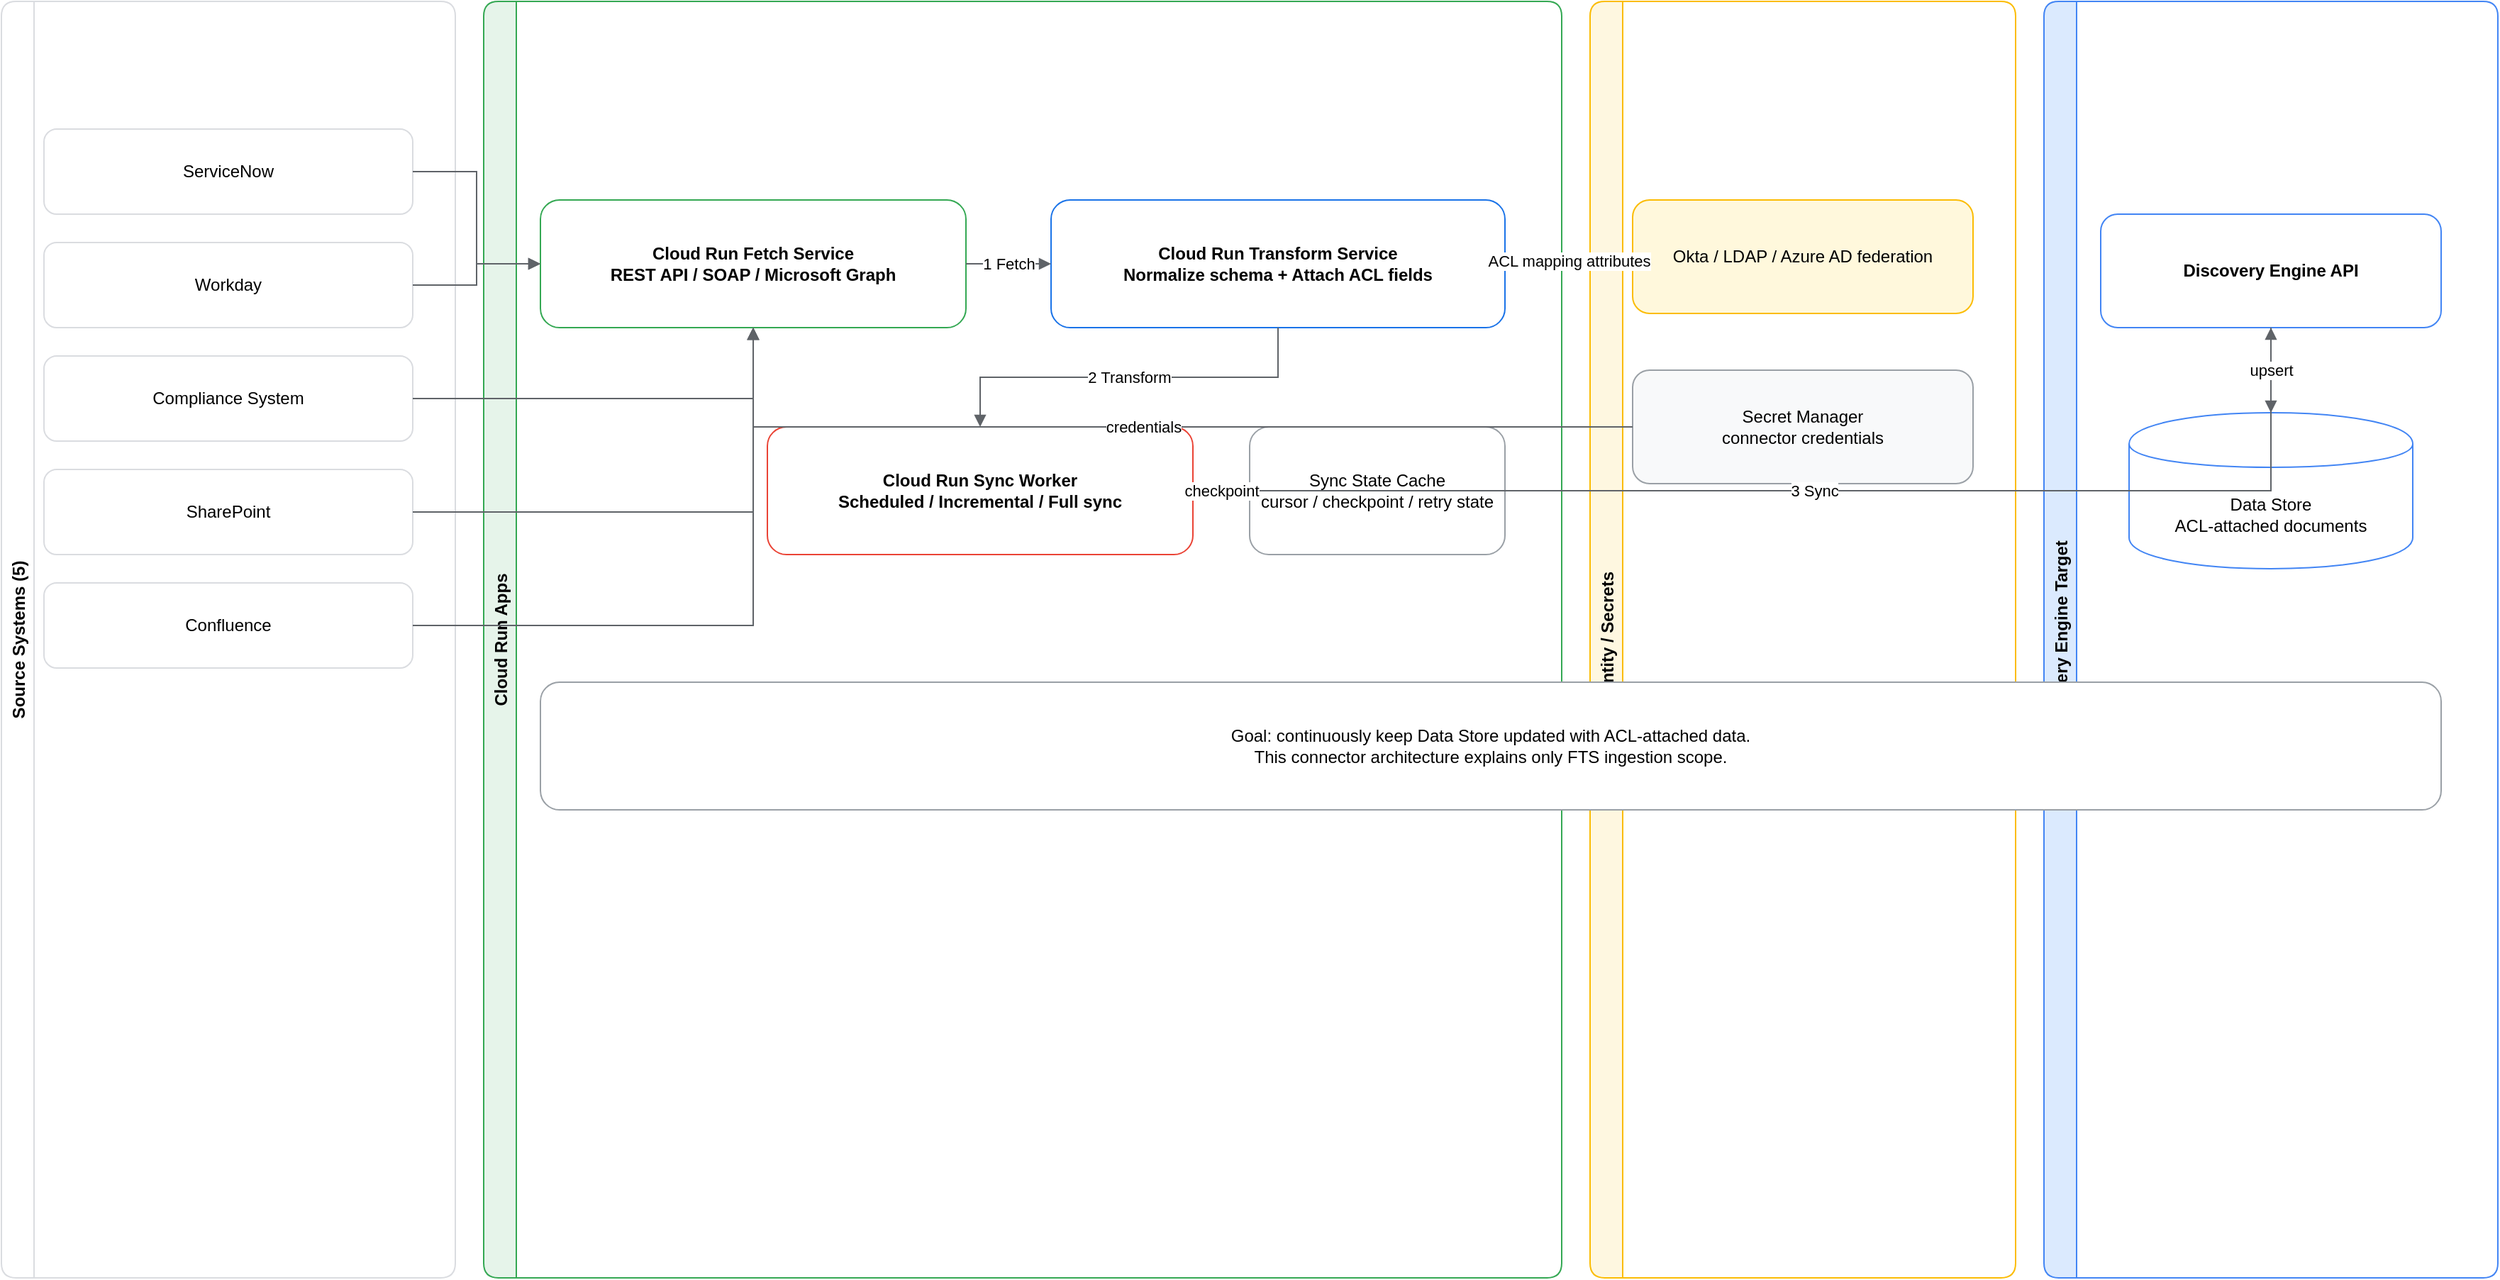
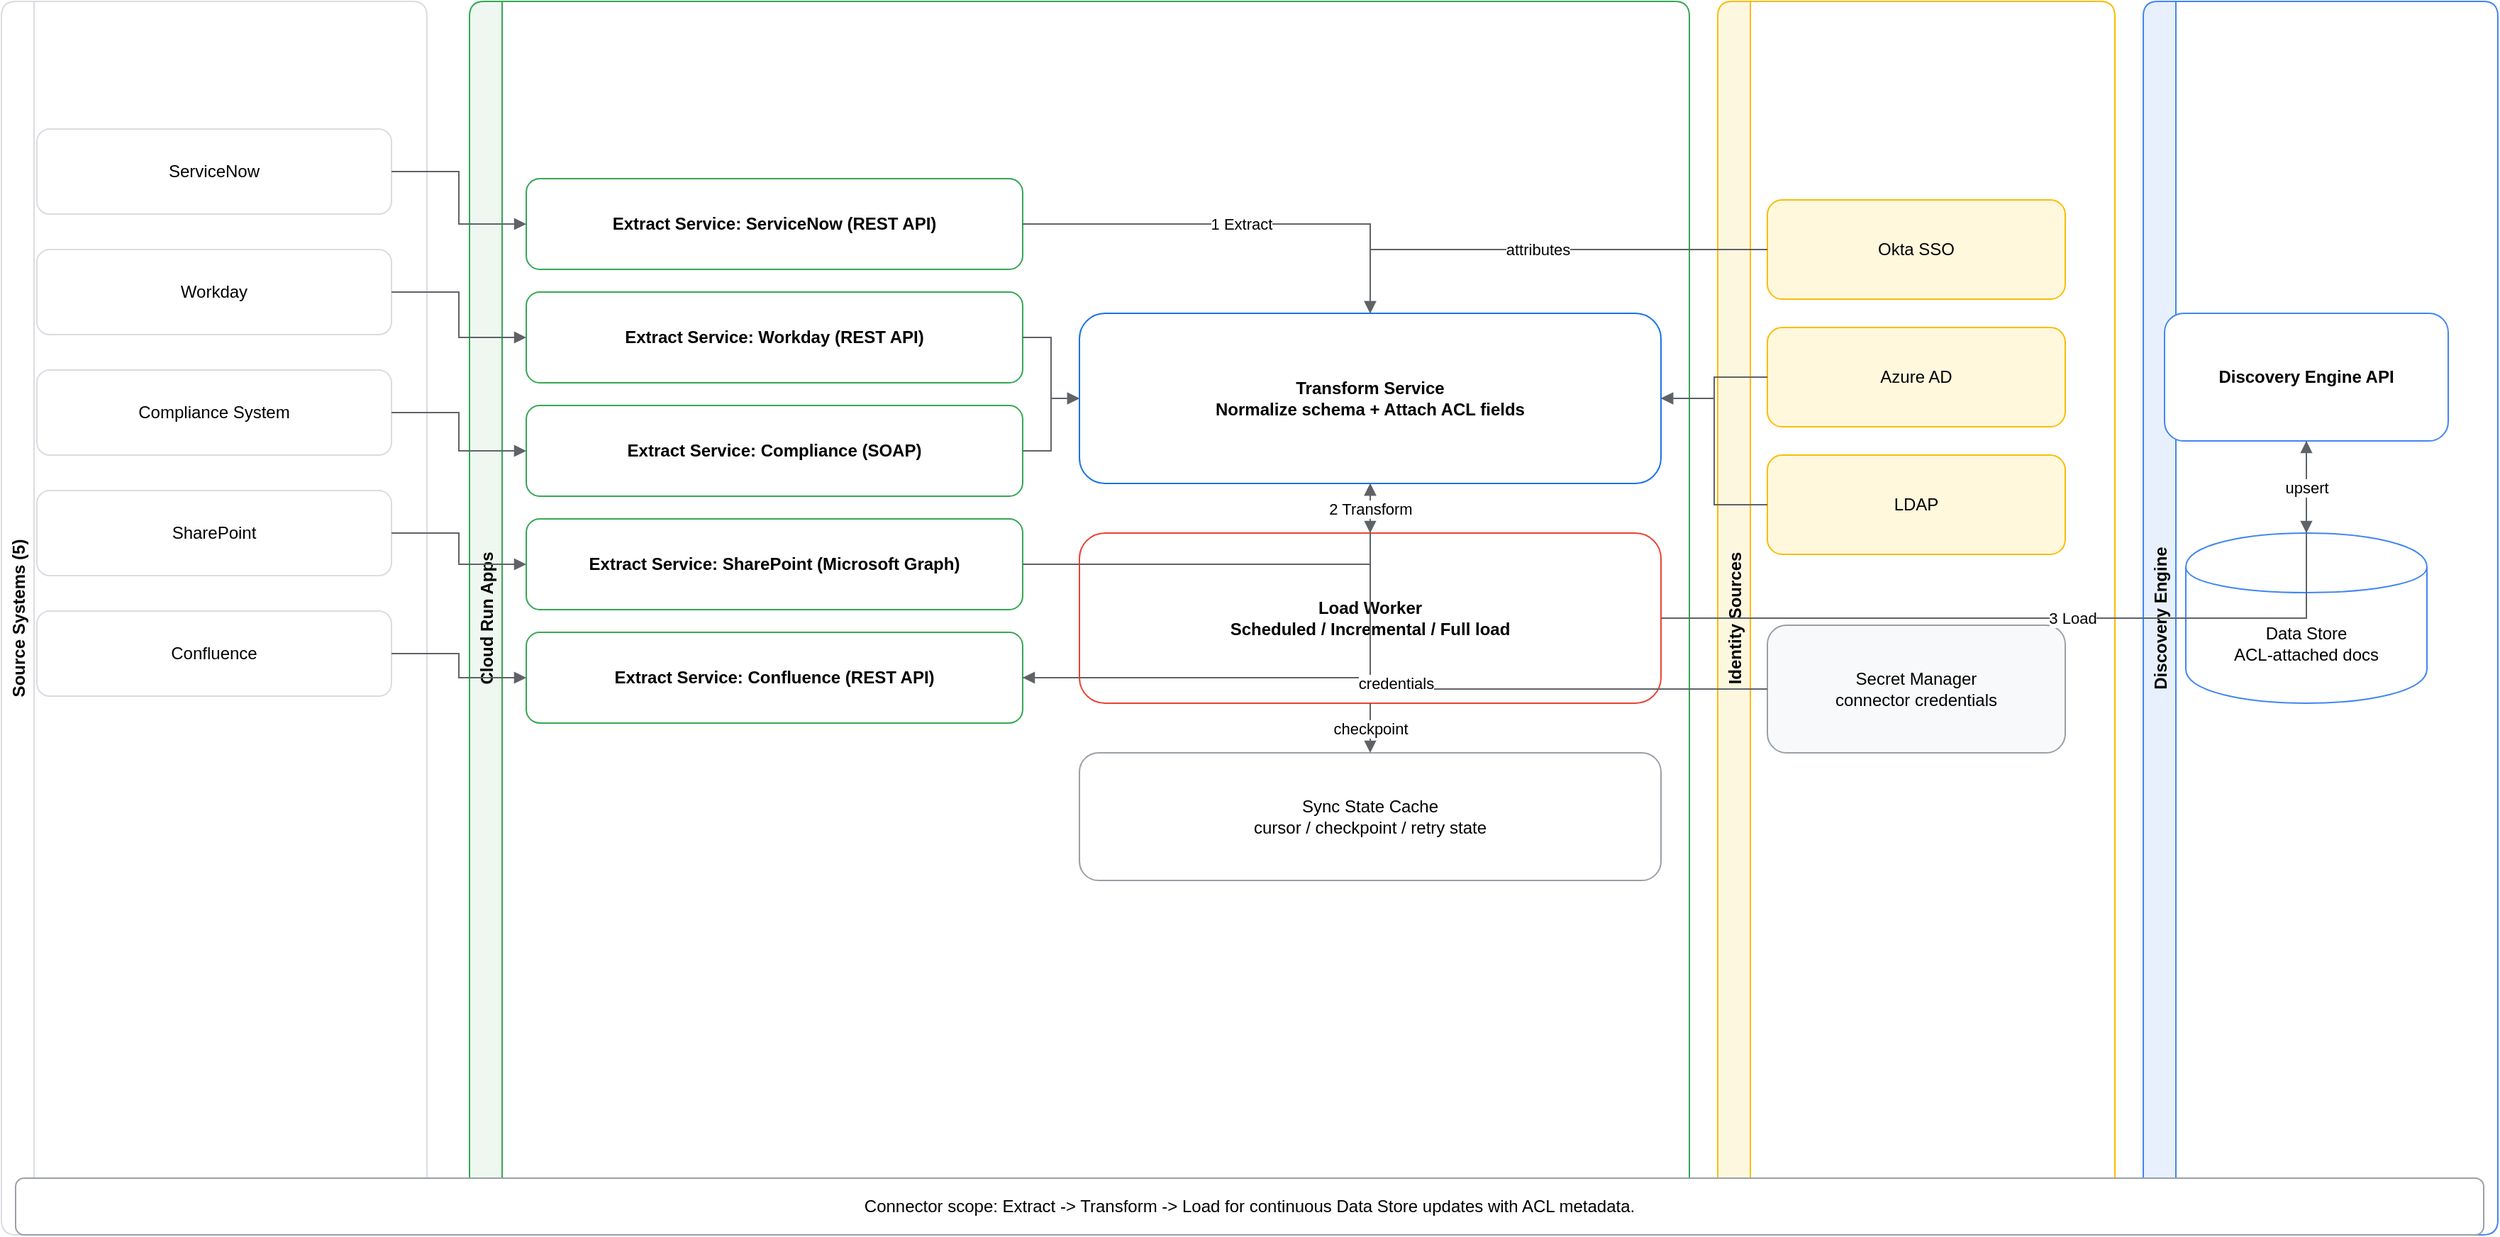
<mxfile host="app.diagrams.net" modified="2026-07-12T00:00:00.000Z" agent="Copilot" version="24.7.0" type="device">
  <diagram id="connector-arch" name="Connector Architecture">
-     <mxGraphModel dx="1600" dy="1000" grid="1" gridSize="10" guides="1" tooltips="1" connect="1" arrows="1" fold="1" page="1" pageScale="1" pageWidth="1800" pageHeight="1100" math="0" shadow="0">
+     <mxGraphModel dx="1800" dy="980" grid="1" gridSize="10" guides="1" tooltips="1" connect="1" arrows="1" fold="1" page="1" pageScale="1" pageWidth="2000" pageHeight="1200" math="0" shadow="0">
      <root>
        <mxCell id="0"/>
        <mxCell id="1" parent="0"/>

        <mxCell id="lane-src" value="Source Systems (5)" style="swimlane;horizontal=0;rounded=1;fillColor=#ffffff;strokeColor=#dadce0;fontStyle=1;" vertex="1" parent="1">
-           <mxGeometry x="20" y="80" width="320" height="900" as="geometry"/>
+           <mxGeometry x="20" y="80" width="300" height="870" as="geometry"/>
        </mxCell>
-         <mxCell id="lane-cloudrun" value="Cloud Run Apps" style="swimlane;horizontal=0;rounded=1;fillColor=#e6f4ea;strokeColor=#34a853;fontStyle=1;" vertex="1" parent="1">
-           <mxGeometry x="360" y="80" width="760" height="900" as="geometry"/>
+         <mxCell id="lane-cloudrun" value="Cloud Run Apps" style="swimlane;horizontal=0;rounded=1;fillColor=#eef8f0;strokeColor=#34a853;fontStyle=1;" vertex="1" parent="1">
+           <mxGeometry x="350" y="80" width="860" height="870" as="geometry"/>
        </mxCell>
-         <mxCell id="lane-identity" value="Identity / Secrets" style="swimlane;horizontal=0;rounded=1;fillColor=#fef7e0;strokeColor=#fbbc04;fontStyle=1;" vertex="1" parent="1">
-           <mxGeometry x="1140" y="80" width="300" height="900" as="geometry"/>
+         <mxCell id="lane-identity" value="Identity Sources" style="swimlane;horizontal=0;rounded=1;fillColor=#fef7e0;strokeColor=#fbbc04;fontStyle=1;" vertex="1" parent="1">
+           <mxGeometry x="1230" y="80" width="280" height="870" as="geometry"/>
        </mxCell>
-         <mxCell id="lane-target" value="Discovery Engine Target" style="swimlane;horizontal=0;rounded=1;fillColor=#dbeafe;strokeColor=#4285f4;fontStyle=1;" vertex="1" parent="1">
-           <mxGeometry x="1460" y="80" width="320" height="900" as="geometry"/>
+         <mxCell id="lane-target" value="Discovery Engine" style="swimlane;horizontal=0;rounded=1;fillColor=#e8f0fe;strokeColor=#4285f4;fontStyle=1;" vertex="1" parent="1">
+           <mxGeometry x="1530" y="80" width="250" height="870" as="geometry"/>
        </mxCell>

        <mxCell id="sys1" value="ServiceNow" style="rounded=1;whiteSpace=wrap;html=1;fillColor=#ffffff;strokeColor=#dadce0;" vertex="1" parent="1">
-           <mxGeometry x="50" y="170" width="260" height="60" as="geometry"/>
+           <mxGeometry x="45" y="170" width="250" height="60" as="geometry"/>
        </mxCell>
        <mxCell id="sys2" value="Workday" style="rounded=1;whiteSpace=wrap;html=1;fillColor=#ffffff;strokeColor=#dadce0;" vertex="1" parent="1">
-           <mxGeometry x="50" y="250" width="260" height="60" as="geometry"/>
+           <mxGeometry x="45" y="255" width="250" height="60" as="geometry"/>
        </mxCell>
        <mxCell id="sys3" value="Compliance System" style="rounded=1;whiteSpace=wrap;html=1;fillColor=#ffffff;strokeColor=#dadce0;" vertex="1" parent="1">
-           <mxGeometry x="50" y="330" width="260" height="60" as="geometry"/>
+           <mxGeometry x="45" y="340" width="250" height="60" as="geometry"/>
        </mxCell>
        <mxCell id="sys4" value="SharePoint" style="rounded=1;whiteSpace=wrap;html=1;fillColor=#ffffff;strokeColor=#dadce0;" vertex="1" parent="1">
-           <mxGeometry x="50" y="410" width="260" height="60" as="geometry"/>
+           <mxGeometry x="45" y="425" width="250" height="60" as="geometry"/>
        </mxCell>
        <mxCell id="sys5" value="Confluence" style="rounded=1;whiteSpace=wrap;html=1;fillColor=#ffffff;strokeColor=#dadce0;" vertex="1" parent="1">
-           <mxGeometry x="50" y="490" width="260" height="60" as="geometry"/>
+           <mxGeometry x="45" y="510" width="250" height="60" as="geometry"/>
        </mxCell>

-         <mxCell id="fetch" value="Cloud Run Fetch Service&#xa;REST API / SOAP / Microsoft Graph" style="rounded=1;whiteSpace=wrap;html=1;fillColor=#ffffff;strokeColor=#34a853;fontStyle=1;" vertex="1" parent="1">
-           <mxGeometry x="400" y="220" width="300" height="90" as="geometry"/>
+         <mxCell id="fetch1" value="Extract Service: ServiceNow (REST API)" style="rounded=1;whiteSpace=wrap;html=1;fillColor=#ffffff;strokeColor=#34a853;fontStyle=1;" vertex="1" parent="1">
+           <mxGeometry x="390" y="205" width="350" height="64" as="geometry"/>
        </mxCell>
-         <mxCell id="transform" value="Cloud Run Transform Service&#xa;Normalize schema + Attach ACL fields" style="rounded=1;whiteSpace=wrap;html=1;fillColor=#ffffff;strokeColor=#1a73e8;fontStyle=1;" vertex="1" parent="1">
-           <mxGeometry x="760" y="220" width="320" height="90" as="geometry"/>
+         <mxCell id="fetch2" value="Extract Service: Workday (REST API)" style="rounded=1;whiteSpace=wrap;html=1;fillColor=#ffffff;strokeColor=#34a853;fontStyle=1;" vertex="1" parent="1">
+           <mxGeometry x="390" y="285" width="350" height="64" as="geometry"/>
        </mxCell>
-         <mxCell id="sync" value="Cloud Run Sync Worker&#xa;Scheduled / Incremental / Full sync" style="rounded=1;whiteSpace=wrap;html=1;fillColor=#ffffff;strokeColor=#ea4335;fontStyle=1;" vertex="1" parent="1">
-           <mxGeometry x="560" y="380" width="300" height="90" as="geometry"/>
+         <mxCell id="fetch3" value="Extract Service: Compliance (SOAP)" style="rounded=1;whiteSpace=wrap;html=1;fillColor=#ffffff;strokeColor=#34a853;fontStyle=1;" vertex="1" parent="1">
+           <mxGeometry x="390" y="365" width="350" height="64" as="geometry"/>
+         </mxCell>
+         <mxCell id="fetch4" value="Extract Service: SharePoint (Microsoft Graph)" style="rounded=1;whiteSpace=wrap;html=1;fillColor=#ffffff;strokeColor=#34a853;fontStyle=1;" vertex="1" parent="1">
+           <mxGeometry x="390" y="445" width="350" height="64" as="geometry"/>
+         </mxCell>
+         <mxCell id="fetch5" value="Extract Service: Confluence (REST API)" style="rounded=1;whiteSpace=wrap;html=1;fillColor=#ffffff;strokeColor=#34a853;fontStyle=1;" vertex="1" parent="1">
+           <mxGeometry x="390" y="525" width="350" height="64" as="geometry"/>
+         </mxCell>
+ 
+         <mxCell id="transform" value="Transform Service&#xa;Normalize schema + Attach ACL fields" style="rounded=1;whiteSpace=wrap;html=1;fillColor=#ffffff;strokeColor=#1a73e8;fontStyle=1;" vertex="1" parent="1">
+           <mxGeometry x="780" y="300" width="410" height="120" as="geometry"/>
+         </mxCell>
+         <mxCell id="sync" value="Load Worker&#xa;Scheduled / Incremental / Full load" style="rounded=1;whiteSpace=wrap;html=1;fillColor=#ffffff;strokeColor=#ea4335;fontStyle=1;" vertex="1" parent="1">
+           <mxGeometry x="780" y="455" width="410" height="120" as="geometry"/>
        </mxCell>
        <mxCell id="checkpoint" value="Sync State Cache&#xa;cursor / checkpoint / retry state" style="rounded=1;whiteSpace=wrap;html=1;fillColor=#ffffff;strokeColor=#9aa0a6;" vertex="1" parent="1">
-           <mxGeometry x="900" y="380" width="180" height="90" as="geometry"/>
+           <mxGeometry x="780" y="610" width="410" height="90" as="geometry"/>
        </mxCell>

-         <mxCell id="idp" value="Okta / LDAP / Azure AD federation" style="rounded=1;whiteSpace=wrap;html=1;fillColor=#fff8dc;strokeColor=#fbbc04;" vertex="1" parent="1">
-           <mxGeometry x="1170" y="220" width="240" height="80" as="geometry"/>
+         <mxCell id="okta" value="Okta SSO" style="rounded=1;whiteSpace=wrap;html=1;fillColor=#fff8dc;strokeColor=#fbbc04;" vertex="1" parent="1">
+           <mxGeometry x="1265" y="220" width="210" height="70" as="geometry"/>
+         </mxCell>
+         <mxCell id="azuread" value="Azure AD" style="rounded=1;whiteSpace=wrap;html=1;fillColor=#fff8dc;strokeColor=#fbbc04;" vertex="1" parent="1">
+           <mxGeometry x="1265" y="310" width="210" height="70" as="geometry"/>
+         </mxCell>
+         <mxCell id="ldap" value="LDAP" style="rounded=1;whiteSpace=wrap;html=1;fillColor=#fff8dc;strokeColor=#fbbc04;" vertex="1" parent="1">
+           <mxGeometry x="1265" y="400" width="210" height="70" as="geometry"/>
        </mxCell>
        <mxCell id="secret" value="Secret Manager&#xa;connector credentials" style="rounded=1;whiteSpace=wrap;html=1;fillColor=#f8f9fa;strokeColor=#9aa0a6;" vertex="1" parent="1">
-           <mxGeometry x="1170" y="340" width="240" height="80" as="geometry"/>
+           <mxGeometry x="1265" y="520" width="210" height="90" as="geometry"/>
        </mxCell>

        <mxCell id="deapi" value="Discovery Engine API" style="rounded=1;whiteSpace=wrap;html=1;fillColor=#ffffff;strokeColor=#4285f4;fontStyle=1;" vertex="1" parent="1">
-           <mxGeometry x="1500" y="230" width="240" height="80" as="geometry"/>
+           <mxGeometry x="1545" y="300" width="200" height="90" as="geometry"/>
        </mxCell>
-         <mxCell id="datastore" value="Data Store&#xa;ACL-attached documents" style="shape=cylinder;whiteSpace=wrap;html=1;boundedLbl=1;fillColor=#ffffff;strokeColor=#4285f4;" vertex="1" parent="1">
-           <mxGeometry x="1520" y="370" width="200" height="110" as="geometry"/>
+         <mxCell id="datastore" value="Data Store&#xa;ACL-attached docs" style="shape=cylinder;whiteSpace=wrap;html=1;boundedLbl=1;fillColor=#ffffff;strokeColor=#4285f4;" vertex="1" parent="1">
+           <mxGeometry x="1560" y="455" width="170" height="120" as="geometry"/>
        </mxCell>

-         <mxCell id="summary" value="Goal: continuously keep Data Store updated with ACL-attached data.&#xa;This connector architecture explains only FTS ingestion scope." style="rounded=1;whiteSpace=wrap;html=1;fillColor=#ffffff;strokeColor=#9aa0a6;" vertex="1" parent="1">
-           <mxGeometry x="400" y="560" width="1340" height="90" as="geometry"/>
+         <mxCell id="summary" value="Connector scope: Extract -&gt; Transform -&gt; Load for continuous Data Store updates with ACL metadata." style="rounded=1;whiteSpace=wrap;html=1;fillColor=#ffffff;strokeColor=#9aa0a6;" vertex="1" parent="1">
+           <mxGeometry x="30" y="910" width="1740" height="40" as="geometry"/>
        </mxCell>

-         <mxCell id="l1" style="edgeStyle=orthogonalEdgeStyle;rounded=0;orthogonalLoop=1;jettySize=auto;html=1;endArrow=block;endFill=1;strokeColor=#5f6368;" edge="1" parent="1" source="sys1" target="fetch"><mxGeometry relative="1" as="geometry"/></mxCell>
-         <mxCell id="l2" style="edgeStyle=orthogonalEdgeStyle;rounded=0;orthogonalLoop=1;jettySize=auto;html=1;endArrow=block;endFill=1;strokeColor=#5f6368;" edge="1" parent="1" source="sys2" target="fetch"><mxGeometry relative="1" as="geometry"/></mxCell>
-         <mxCell id="l3" style="edgeStyle=orthogonalEdgeStyle;rounded=0;orthogonalLoop=1;jettySize=auto;html=1;endArrow=block;endFill=1;strokeColor=#5f6368;" edge="1" parent="1" source="sys3" target="fetch"><mxGeometry relative="1" as="geometry"/></mxCell>
-         <mxCell id="l4" style="edgeStyle=orthogonalEdgeStyle;rounded=0;orthogonalLoop=1;jettySize=auto;html=1;endArrow=block;endFill=1;strokeColor=#5f6368;" edge="1" parent="1" source="sys4" target="fetch"><mxGeometry relative="1" as="geometry"/></mxCell>
-         <mxCell id="l5" style="edgeStyle=orthogonalEdgeStyle;rounded=0;orthogonalLoop=1;jettySize=auto;html=1;endArrow=block;endFill=1;strokeColor=#5f6368;" edge="1" parent="1" source="sys5" target="fetch"><mxGeometry relative="1" as="geometry"/></mxCell>
+         <mxCell id="l1" style="edgeStyle=orthogonalEdgeStyle;rounded=0;orthogonalLoop=1;jettySize=auto;html=1;endArrow=block;endFill=1;strokeColor=#5f6368;" edge="1" parent="1" source="sys1" target="fetch1"><mxGeometry relative="1" as="geometry"/></mxCell>
+         <mxCell id="l2" style="edgeStyle=orthogonalEdgeStyle;rounded=0;orthogonalLoop=1;jettySize=auto;html=1;endArrow=block;endFill=1;strokeColor=#5f6368;" edge="1" parent="1" source="sys2" target="fetch2"><mxGeometry relative="1" as="geometry"/></mxCell>
+         <mxCell id="l3" style="edgeStyle=orthogonalEdgeStyle;rounded=0;orthogonalLoop=1;jettySize=auto;html=1;endArrow=block;endFill=1;strokeColor=#5f6368;" edge="1" parent="1" source="sys3" target="fetch3"><mxGeometry relative="1" as="geometry"/></mxCell>
+         <mxCell id="l4" style="edgeStyle=orthogonalEdgeStyle;rounded=0;orthogonalLoop=1;jettySize=auto;html=1;endArrow=block;endFill=1;strokeColor=#5f6368;" edge="1" parent="1" source="sys4" target="fetch4"><mxGeometry relative="1" as="geometry"/></mxCell>
+         <mxCell id="l5" style="edgeStyle=orthogonalEdgeStyle;rounded=0;orthogonalLoop=1;jettySize=auto;html=1;endArrow=block;endFill=1;strokeColor=#5f6368;" edge="1" parent="1" source="sys5" target="fetch5"><mxGeometry relative="1" as="geometry"/></mxCell>

-         <mxCell id="l6" value="1 Fetch" style="edgeStyle=orthogonalEdgeStyle;rounded=0;orthogonalLoop=1;jettySize=auto;html=1;endArrow=block;endFill=1;strokeColor=#5f6368;" edge="1" parent="1" source="fetch" target="transform"><mxGeometry relative="1" as="geometry"/></mxCell>
-         <mxCell id="l7" value="2 Transform" style="edgeStyle=orthogonalEdgeStyle;rounded=0;orthogonalLoop=1;jettySize=auto;html=1;endArrow=block;endFill=1;strokeColor=#5f6368;" edge="1" parent="1" source="transform" target="sync"><mxGeometry relative="1" as="geometry"/></mxCell>
-         <mxCell id="l8" value="3 Sync" style="edgeStyle=orthogonalEdgeStyle;rounded=0;orthogonalLoop=1;jettySize=auto;html=1;endArrow=block;endFill=1;strokeColor=#5f6368;" edge="1" parent="1" source="sync" target="deapi"><mxGeometry relative="1" as="geometry"/></mxCell>
-         <mxCell id="l9" value="upsert" style="edgeStyle=orthogonalEdgeStyle;rounded=0;orthogonalLoop=1;jettySize=auto;html=1;endArrow=block;endFill=1;strokeColor=#5f6368;" edge="1" parent="1" source="deapi" target="datastore"><mxGeometry relative="1" as="geometry"/></mxCell>
-         <mxCell id="l10" value="ACL mapping attributes" style="edgeStyle=orthogonalEdgeStyle;rounded=0;orthogonalLoop=1;jettySize=auto;html=1;endArrow=block;endFill=1;strokeColor=#5f6368;" edge="1" parent="1" source="idp" target="transform"><mxGeometry relative="1" as="geometry"/></mxCell>
-         <mxCell id="l11" value="credentials" style="edgeStyle=orthogonalEdgeStyle;rounded=0;orthogonalLoop=1;jettySize=auto;html=1;endArrow=block;endFill=1;strokeColor=#5f6368;" edge="1" parent="1" source="secret" target="fetch"><mxGeometry relative="1" as="geometry"/></mxCell>
-         <mxCell id="l12" value="checkpoint" style="edgeStyle=orthogonalEdgeStyle;rounded=0;orthogonalLoop=1;jettySize=auto;html=1;endArrow=block;endFill=1;strokeColor=#5f6368;" edge="1" parent="1" source="sync" target="checkpoint"><mxGeometry relative="1" as="geometry"/></mxCell>
+         <mxCell id="l6" value="1 Extract" style="edgeStyle=orthogonalEdgeStyle;rounded=0;orthogonalLoop=1;jettySize=auto;html=1;endArrow=block;endFill=1;strokeColor=#5f6368;" edge="1" parent="1" source="fetch1" target="transform"><mxGeometry relative="1" as="geometry"/></mxCell>
+         <mxCell id="l7" style="edgeStyle=orthogonalEdgeStyle;rounded=0;orthogonalLoop=1;jettySize=auto;html=1;endArrow=block;endFill=1;strokeColor=#5f6368;" edge="1" parent="1" source="fetch2" target="transform"><mxGeometry relative="1" as="geometry"/></mxCell>
+         <mxCell id="l8" style="edgeStyle=orthogonalEdgeStyle;rounded=0;orthogonalLoop=1;jettySize=auto;html=1;endArrow=block;endFill=1;strokeColor=#5f6368;" edge="1" parent="1" source="fetch3" target="transform"><mxGeometry relative="1" as="geometry"/></mxCell>
+         <mxCell id="l9" style="edgeStyle=orthogonalEdgeStyle;rounded=0;orthogonalLoop=1;jettySize=auto;html=1;endArrow=block;endFill=1;strokeColor=#5f6368;" edge="1" parent="1" source="fetch4" target="transform"><mxGeometry relative="1" as="geometry"/></mxCell>
+         <mxCell id="l10" style="edgeStyle=orthogonalEdgeStyle;rounded=0;orthogonalLoop=1;jettySize=auto;html=1;endArrow=block;endFill=1;strokeColor=#5f6368;" edge="1" parent="1" source="fetch5" target="transform"><mxGeometry relative="1" as="geometry"/></mxCell>
+ 
+         <mxCell id="l11" value="2 Transform" style="edgeStyle=orthogonalEdgeStyle;rounded=0;orthogonalLoop=1;jettySize=auto;html=1;endArrow=block;endFill=1;strokeColor=#5f6368;" edge="1" parent="1" source="transform" target="sync"><mxGeometry relative="1" as="geometry"/></mxCell>
+         <mxCell id="l12" value="3 Load" style="edgeStyle=orthogonalEdgeStyle;rounded=0;orthogonalLoop=1;jettySize=auto;html=1;endArrow=block;endFill=1;strokeColor=#5f6368;" edge="1" parent="1" source="sync" target="deapi"><mxGeometry relative="1" as="geometry"/></mxCell>
+         <mxCell id="l13" value="upsert" style="edgeStyle=orthogonalEdgeStyle;rounded=0;orthogonalLoop=1;jettySize=auto;html=1;endArrow=block;endFill=1;strokeColor=#5f6368;" edge="1" parent="1" source="deapi" target="datastore"><mxGeometry relative="1" as="geometry"/></mxCell>
+         <mxCell id="l14" value="attributes" style="edgeStyle=orthogonalEdgeStyle;rounded=0;orthogonalLoop=1;jettySize=auto;html=1;endArrow=block;endFill=1;strokeColor=#5f6368;" edge="1" parent="1" source="okta" target="transform"><mxGeometry relative="1" as="geometry"/></mxCell>
+         <mxCell id="l15" style="edgeStyle=orthogonalEdgeStyle;rounded=0;orthogonalLoop=1;jettySize=auto;html=1;endArrow=block;endFill=1;strokeColor=#5f6368;" edge="1" parent="1" source="azuread" target="transform"><mxGeometry relative="1" as="geometry"/></mxCell>
+         <mxCell id="l16" style="edgeStyle=orthogonalEdgeStyle;rounded=0;orthogonalLoop=1;jettySize=auto;html=1;endArrow=block;endFill=1;strokeColor=#5f6368;" edge="1" parent="1" source="ldap" target="transform"><mxGeometry relative="1" as="geometry"/></mxCell>
+         <mxCell id="l17" value="credentials" style="edgeStyle=orthogonalEdgeStyle;rounded=0;orthogonalLoop=1;jettySize=auto;html=1;endArrow=block;endFill=1;strokeColor=#5f6368;" edge="1" parent="1" source="secret" target="fetch5"><mxGeometry relative="1" as="geometry"/></mxCell>
+         <mxCell id="l18" value="checkpoint" style="edgeStyle=orthogonalEdgeStyle;rounded=0;orthogonalLoop=1;jettySize=auto;html=1;endArrow=block;endFill=1;strokeColor=#5f6368;" edge="1" parent="1" source="sync" target="checkpoint"><mxGeometry relative="1" as="geometry"/></mxCell>
      </root>
    </mxGraphModel>
  </diagram>
</mxfile>
